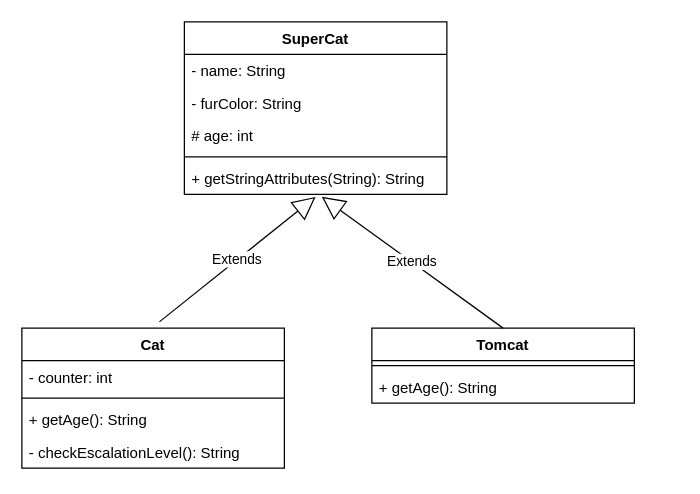
Above: page "SuperCat" (4 of 4) of cat.drawio in PP-Musterloesungen/03a_Inheritance_Vererbung (draw.io), before the change. Source tidied: cells renumbered, new cells numbered last; positions are measured from the earlier drawing's top-left corner, leaving out a move shared by most shapes. Both pictures are drawn from the tidied source at 125%, with x=0, y=0 at pixel (21, 21).
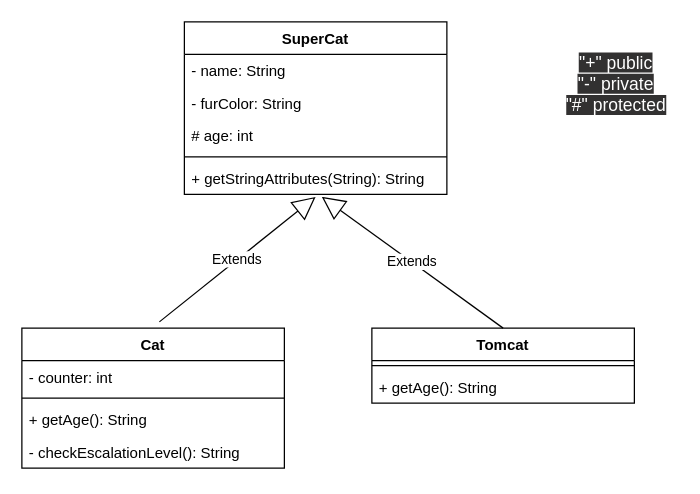
After the change.

Diff of the diagram source:
```diff
@@
+    <mxCell id="18" value="&lt;span style=&quot;color: rgb(255 , 255 , 255) ; font-family: , &amp;#34;blinkmacsystemfont&amp;#34; , &amp;#34;segoe ui&amp;#34; , , &amp;#34;apple color emoji&amp;#34; , &amp;#34;segoe ui emoji&amp;#34; , &amp;#34;segoe ui web&amp;#34; , sans-serif ; font-size: 14px ; background-color: rgb(50 , 49 , 49)&quot;&gt;&quot;+&quot; public&lt;br&gt;&lt;/span&gt;&lt;span style=&quot;color: rgb(255 , 255 , 255) ; font-family: , &amp;#34;blinkmacsystemfont&amp;#34; , &amp;#34;segoe ui&amp;#34; , , &amp;#34;apple color emoji&amp;#34; , &amp;#34;segoe ui emoji&amp;#34; , &amp;#34;segoe ui web&amp;#34; , sans-serif ; font-size: 14px ; background-color: rgb(50 , 49 , 49)&quot;&gt;&quot;-&quot; private&lt;br&gt;&lt;/span&gt;&lt;span style=&quot;color: rgb(255 , 255 , 255) ; font-family: , &amp;#34;blinkmacsystemfont&amp;#34; , &amp;#34;segoe ui&amp;#34; , , &amp;#34;apple color emoji&amp;#34; , &amp;#34;segoe ui emoji&amp;#34; , &amp;#34;segoe ui web&amp;#34; , sans-serif ; font-size: 14px ; background-color: rgb(50 , 49 , 49)&quot;&gt;&quot;#&quot; protected&lt;/span&gt;&lt;span style=&quot;color: rgb(255 , 255 , 255) ; font-family: , &amp;#34;blinkmacsystemfont&amp;#34; , &amp;#34;segoe ui&amp;#34; , , &amp;#34;apple color emoji&amp;#34; , &amp;#34;segoe ui emoji&amp;#34; , &amp;#34;segoe ui web&amp;#34; , sans-serif ; font-size: 14px ; background-color: rgb(50 , 49 , 49)&quot;&gt;&lt;br&gt;&lt;/span&gt;" style="text;html=1;align=center;verticalAlign=middle;strokeColor=none;fillColor=none;" parent="1" vertex="1">
+      <mxGeometry x="425" y="25" width="100" height="50" as="geometry" />
+    </mxCell>
```
